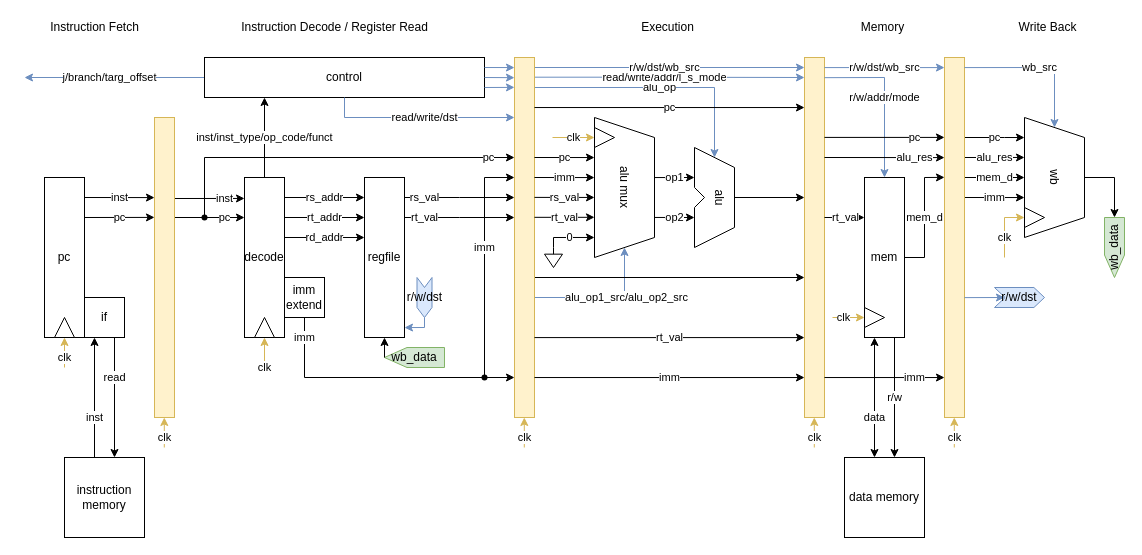
The draw.io diagram assets/PipelineDataPath.drawio in junyang-zh/HeliumCPUv2-MIPS32, before the edit. Source tidied: cells renumbered, new cells numbered last; positions are measured from the earlier drawing's top-left corner, leaving out a move shared by most shapes. Both pictures are drawn from the tidied source at 100%, with x=0, y=0 at pixel (24, 17).
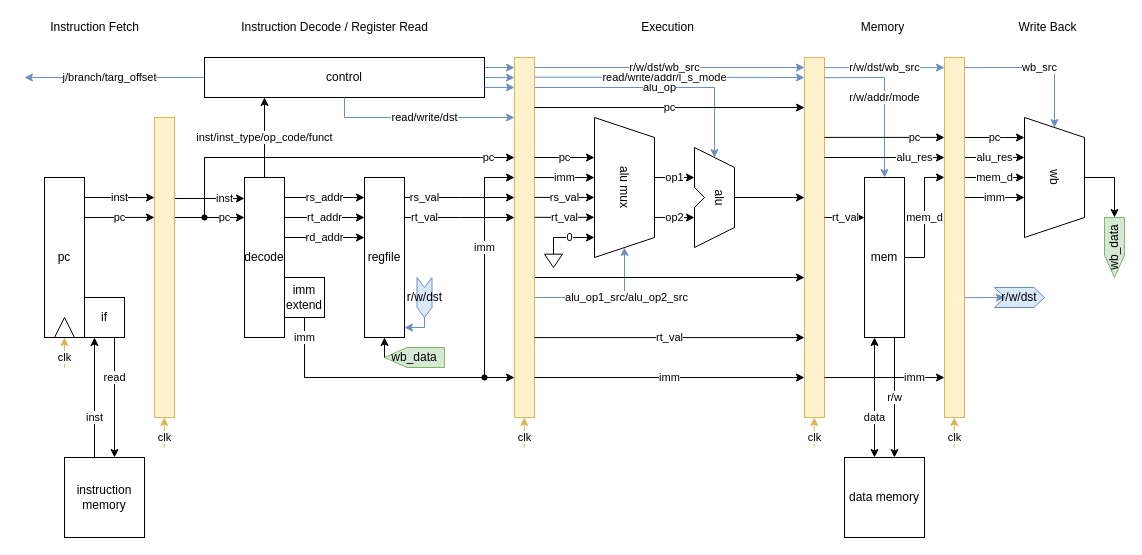
After the change.

Commit message (it also covers changes not shown here):
upd pipeline figure

The edit, as a diff of the source:
```diff
@@
-    <mxCell id="64" style="triangle;whiteSpace=wrap;html=1;rotation=-90;" parent="1" vertex="1">
-      <mxGeometry x="230" y="300" width="20" height="20" as="geometry" />
-    </mxCell>
-    <mxCell id="65" style="triangle;whiteSpace=wrap;html=1;rotation=0;" parent="1" vertex="1">
-      <mxGeometry x="840" y="290" width="20" height="20" as="geometry" />
-    </mxCell>
-    <mxCell id="66" style="triangle;whiteSpace=wrap;html=1;rotation=0;" parent="1" vertex="1">
-      <mxGeometry x="570" y="110" width="20" height="20" as="geometry" />
-    </mxCell>
@@
-    <mxCell id="68" style="triangle;whiteSpace=wrap;html=1;rotation=0;" parent="1" vertex="1">
-      <mxGeometry x="1000" y="190" width="20" height="20" as="geometry" />
-    </mxCell>
-    <mxCell id="69" value="clk" style="endArrow=classic;html=1;rounded=0;fillColor=#fff2cc;strokeColor=#d6b656;entryX=0;entryY=0.5;entryDx=0;entryDy=0;" parent="1" edge="1" target="64">
-      <mxGeometry x="-1" relative="1" as="geometry">
-        <mxPoint x="240" y="350" as="sourcePoint" />
-      </mxGeometry>
-    </mxCell>
-    <mxCell id="70" value="clk" style="endArrow=classic;html=1;rounded=0;fillColor=#fff2cc;strokeColor=#d6b656;entryX=0;entryY=0.5;entryDx=0;entryDy=0;" parent="1" edge="1" target="66">
-      <mxGeometry relative="1" as="geometry">
-        <mxPoint x="528" y="120" as="sourcePoint" />
-      </mxGeometry>
-    </mxCell>
-    <mxCell id="71" value="clk" style="endArrow=classic;html=1;rounded=0;fillColor=#fff2cc;strokeColor=#d6b656;entryX=0;entryY=0.5;entryDx=0;entryDy=0;" parent="1" edge="1" target="65">
-      <mxGeometry x="-0.33" relative="1" as="geometry">
-        <mxPoint x="808" y="300" as="sourcePoint" />
-      </mxGeometry>
-    </mxCell>
-    <mxCell id="72" value="clk" style="endArrow=classic;html=1;rounded=0;fillColor=#fff2cc;strokeColor=#d6b656;entryX=0;entryY=0.5;entryDx=0;entryDy=0;" parent="1" edge="1" target="68">
-      <mxGeometry x="-0.33" relative="1" as="geometry">
-        <mxPoint x="980" y="240" as="sourcePoint" />
-        <Array as="points">
-          <mxPoint x="980" y="200" />
-        </Array>
-      </mxGeometry>
-    </mxCell>
```
